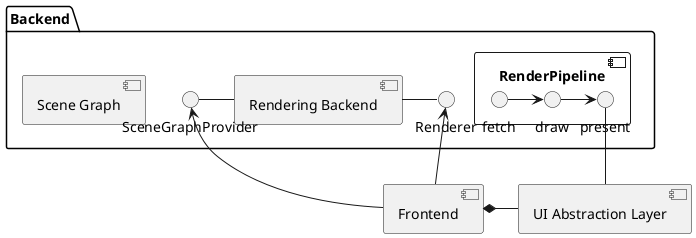
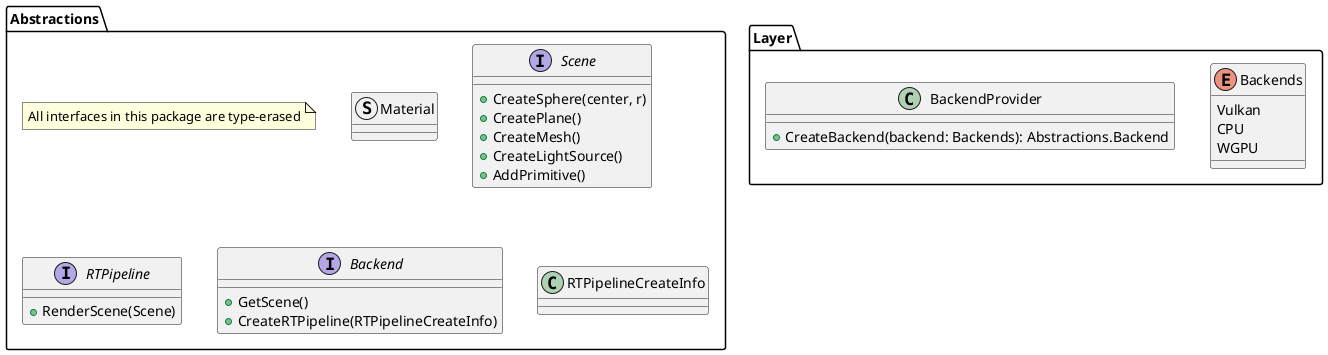
@startuml "Strahls Komponentdiagramm"

- package Backend {
-     component "Scene Graph"
-     component "Rendering Backend" as backend
-     () Renderer
-     () SceneGraphProvider
-     component RenderPipeline {
-         fetch -> draw
-         draw -> present
+ package Abstractions {
+     note "All interfaces in this package are type-erased" as N1
+     struct Material {
+ 
    }
-     backend - Renderer
-     SceneGraphProvider - backend
+     ' Object algebra? (so it can be extended by front-end to enable)
+     interface Scene {
+         + CreateSphere(center, r)
+         + CreatePlane()
+         + CreateMesh()
+         + CreateLightSource()
+         + AddPrimitive()
+     }
+     ' Synchronization
+     interface RTPipeline {
+         + RenderScene(Scene)
+     }
+     interface Backend {
+         + GetScene()
+         + CreateRTPipeline(RTPipelineCreateInfo)
+     }
+     class RTPipelineCreateInfo {
+ 
+     }
}
- component "UI Abstraction Layer" as pal
- component "Frontend" as frontend

- Renderer <-- frontend
- SceneGraphProvider <-- frontend
- present -- pal
- frontend *- pal
+ ' Abstractions -[hidden] Layer
+ 
+ package Layer {
+     enum Backends {
+         Vulkan
+         CPU
+         WGPU
+     }
+ 
+     class BackendProvider {
+         + CreateBackend(backend: Backends): Abstractions.Backend
+     }
+ }

@enduml